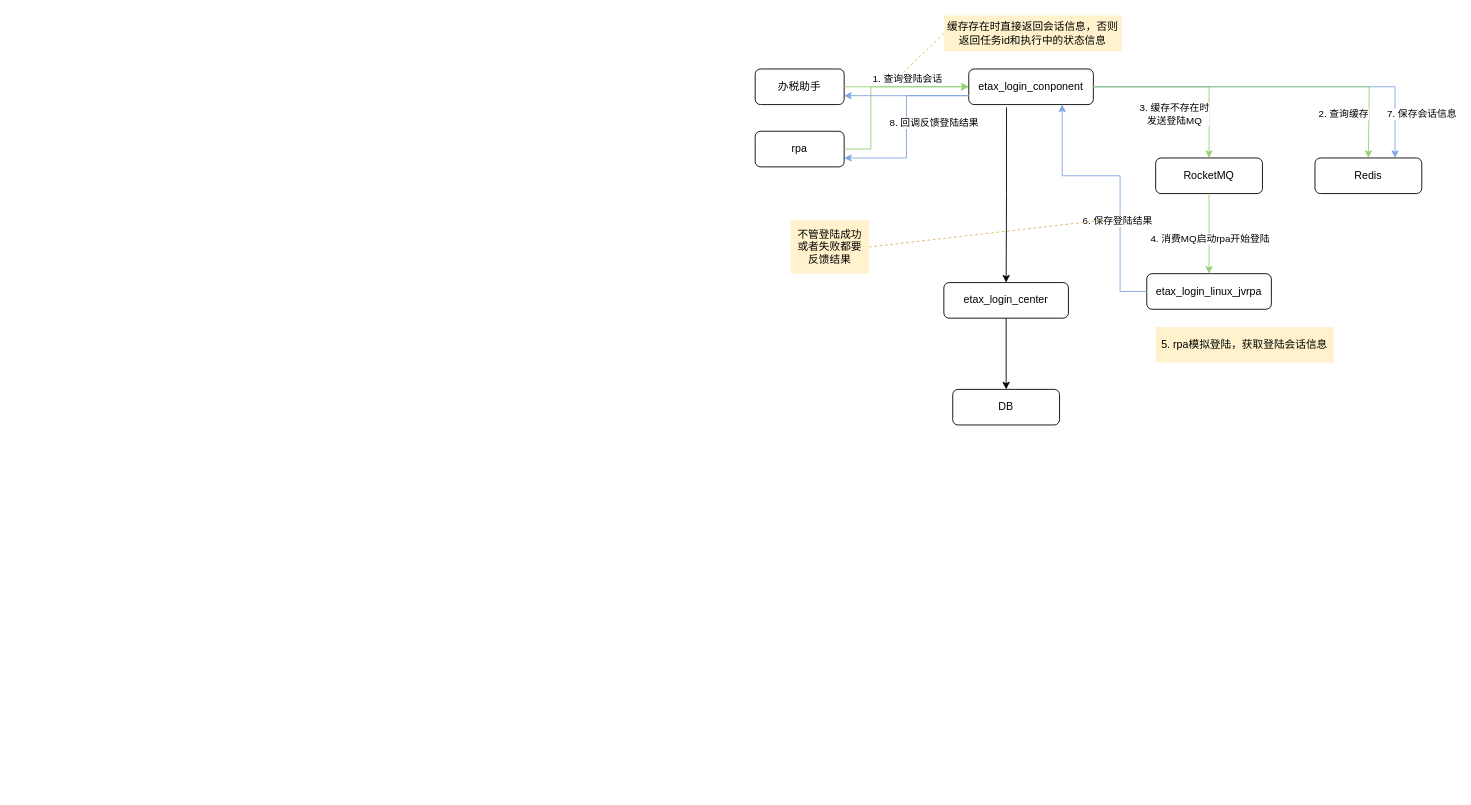
Before: 自研RPA登陆.drawio in xingzhihe/hello-world, a draw.io diagram. Source tidied: cells renumbered, new cells numbered last; positions are measured from the earlier drawing's top-left corner, leaving out a move shared by most shapes. Both pictures are drawn from the tidied source at 89%, with x=0, y=0 at pixel (755, 15).
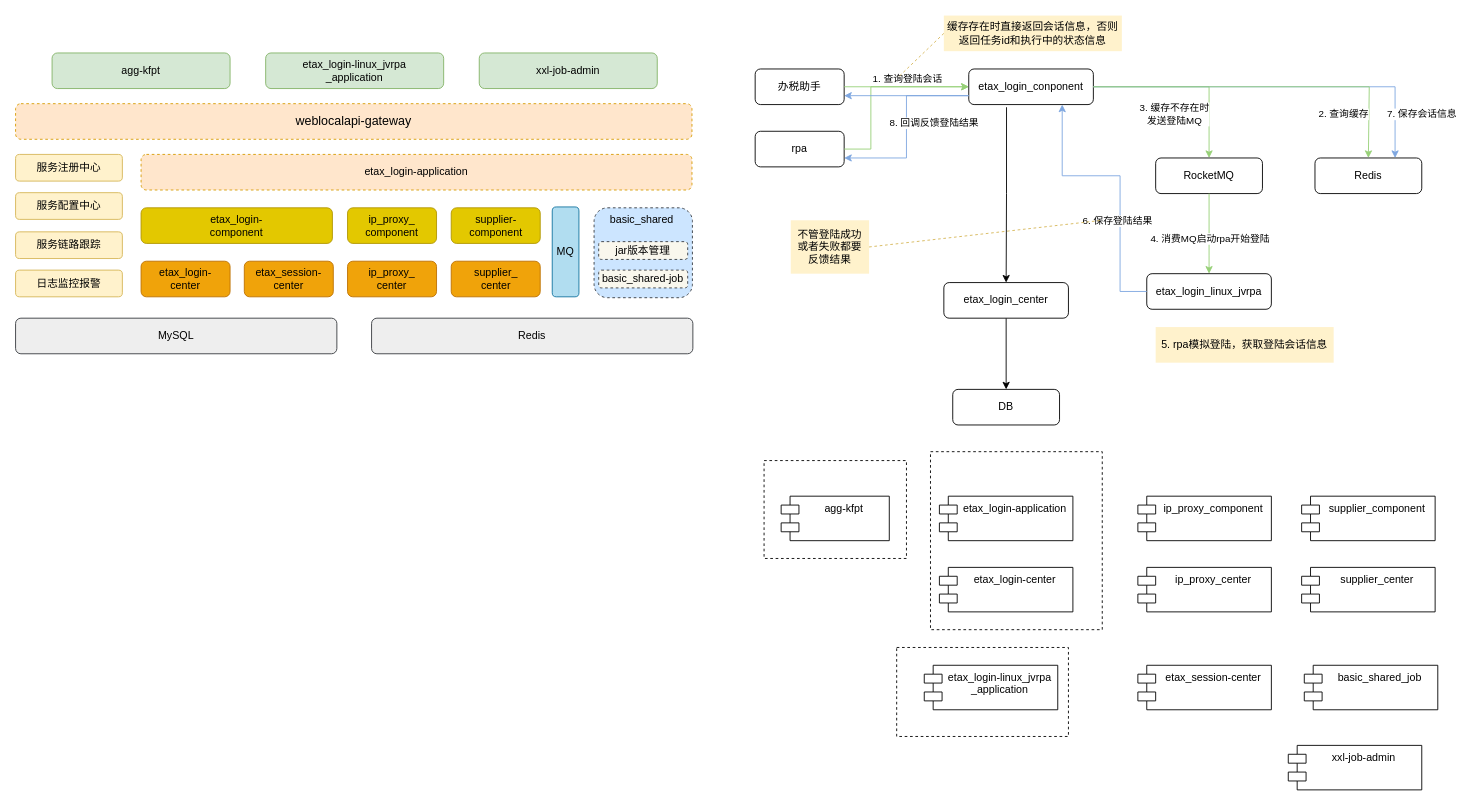
After the change.

Commit message:
更新自研RPA登陆.drawio

Diff of the diagram source:
```diff
@@
+    <mxCell id="33" value="basic_shared&amp;nbsp;" style="rounded=1;whiteSpace=wrap;html=1;verticalAlign=top;align=center;spacingLeft=0;fillColor=#cce5ff;strokeColor=#36393d;dashed=1;" parent="1" vertex="1">
+      <mxGeometry x="-181" y="216" width="110.5" height="101" as="geometry" />
+    </mxCell>
+    <mxCell id="34" style="rounded=0;whiteSpace=wrap;html=1;dashed=1;" parent="1" vertex="1">
+      <mxGeometry x="159" y="710" width="193" height="100" as="geometry" />
+    </mxCell>
+    <mxCell id="35" style="rounded=0;whiteSpace=wrap;html=1;dashed=1;" parent="1" vertex="1">
+      <mxGeometry x="197" y="490" width="193" height="200" as="geometry" />
+    </mxCell>
+    <mxCell id="36" style="rounded=0;whiteSpace=wrap;html=1;dashed=1;" parent="1" vertex="1">
+      <mxGeometry x="10" y="500" width="160" height="110" as="geometry" />
+    </mxCell>
@@
+    <mxCell id="37" value="agg-kfpt" style="shape=module;align=left;spacingLeft=20;align=center;verticalAlign=top;" parent="1" vertex="1">
+      <mxGeometry x="29.2" y="540" width="121.5" height="50" as="geometry" />
+    </mxCell>
+    <mxCell id="38" value="etax_login-application" style="shape=module;align=left;spacingLeft=20;align=center;verticalAlign=top;" parent="1" vertex="1">
+      <mxGeometry x="207" y="540" width="150" height="50" as="geometry" />
+    </mxCell>
+    <mxCell id="39" value="etax_login-center" style="shape=module;align=left;spacingLeft=20;align=center;verticalAlign=top;" parent="1" vertex="1">
+      <mxGeometry x="207" y="620" width="150" height="50" as="geometry" />
+    </mxCell>
+    <mxCell id="40" value="ip_proxy_component" style="shape=module;align=left;spacingLeft=20;align=center;verticalAlign=top;" parent="1" vertex="1">
+      <mxGeometry x="430" y="540" width="150" height="50" as="geometry" />
+    </mxCell>
+    <mxCell id="41" value="etax_login-linux_jvrpa&#10;_application" style="shape=module;align=left;spacingLeft=20;align=center;verticalAlign=top;" parent="1" vertex="1">
+      <mxGeometry x="190" y="730" width="150" height="50" as="geometry" />
+    </mxCell>
+    <mxCell id="42" value="ip_proxy_center" style="shape=module;align=left;spacingLeft=20;align=center;verticalAlign=top;" parent="1" vertex="1">
+      <mxGeometry x="430" y="620" width="150" height="50" as="geometry" />
+    </mxCell>
+    <mxCell id="43" value="supplier_center" style="shape=module;align=left;spacingLeft=20;align=center;verticalAlign=top;" parent="1" vertex="1">
+      <mxGeometry x="614" y="620" width="150" height="50" as="geometry" />
+    </mxCell>
+    <mxCell id="44" value="supplier_component" style="shape=module;align=left;spacingLeft=20;align=center;verticalAlign=top;" parent="1" vertex="1">
+      <mxGeometry x="614" y="540" width="150" height="50" as="geometry" />
+    </mxCell>
+    <mxCell id="45" value="etax_session-center" style="shape=module;align=left;spacingLeft=20;align=center;verticalAlign=top;" parent="1" vertex="1">
+      <mxGeometry x="430" y="730" width="150" height="50" as="geometry" />
+    </mxCell>
+    <mxCell id="46" value="basic_shared_job" style="shape=module;align=left;spacingLeft=20;align=center;verticalAlign=top;" parent="1" vertex="1">
+      <mxGeometry x="617" y="730" width="150" height="50" as="geometry" />
+    </mxCell>
+    <mxCell id="47" value="xxl-job-admin" style="shape=module;align=left;spacingLeft=20;align=center;verticalAlign=top;" parent="1" vertex="1">
+      <mxGeometry x="599" y="820" width="150" height="50" as="geometry" />
+    </mxCell>
+    <mxCell id="48" value="&lt;span style=&quot;&quot;&gt;etax_login-&lt;br&gt;component&lt;/span&gt;" style="rounded=1;whiteSpace=wrap;html=1;fillColor=#e3c800;fontColor=#000000;strokeColor=#B09500;" parent="1" vertex="1">
+      <mxGeometry x="-690" y="216" width="215" height="40" as="geometry" />
+    </mxCell>
+    <mxCell id="49" value="&lt;span style=&quot;&quot;&gt;etax_login-&lt;br&gt;center&lt;/span&gt;" style="rounded=1;whiteSpace=wrap;html=1;fillColor=#f0a30a;fontColor=#000000;strokeColor=#BD7000;" parent="1" vertex="1">
+      <mxGeometry x="-690" y="276" width="100" height="40" as="geometry" />
+    </mxCell>
+    <mxCell id="50" value="&lt;span style=&quot;&quot;&gt;etax_session-&lt;br&gt;center&lt;/span&gt;" style="rounded=1;whiteSpace=wrap;html=1;fillColor=#f0a30a;fontColor=#000000;strokeColor=#BD7000;" parent="1" vertex="1">
+      <mxGeometry x="-574" y="276" width="100" height="40" as="geometry" />
+    </mxCell>
+    <mxCell id="51" value="&lt;span style=&quot;&quot;&gt;ip_proxy_&lt;br&gt;component&lt;/span&gt;" style="rounded=1;whiteSpace=wrap;html=1;fillColor=#e3c800;fontColor=#000000;strokeColor=#B09500;" parent="1" vertex="1">
+      <mxGeometry x="-458" y="216" width="100" height="40" as="geometry" />
+    </mxCell>
+    <mxCell id="52" value="&lt;span style=&quot;&quot;&gt;ip_proxy_&lt;br&gt;center&lt;/span&gt;" style="rounded=1;whiteSpace=wrap;html=1;fillColor=#f0a30a;fontColor=#000000;strokeColor=#BD7000;" parent="1" vertex="1">
+      <mxGeometry x="-458" y="276" width="100" height="40" as="geometry" />
+    </mxCell>
+    <mxCell id="53" value="supplier-component" style="rounded=1;whiteSpace=wrap;html=1;fillColor=#e3c800;fontColor=#000000;strokeColor=#B09500;" parent="1" vertex="1">
+      <mxGeometry x="-341.5" y="216" width="100" height="40" as="geometry" />
+    </mxCell>
+    <mxCell id="54" value="&lt;span style=&quot;&quot;&gt;supplier_&lt;br&gt;center&lt;/span&gt;" style="rounded=1;whiteSpace=wrap;html=1;fillColor=#f0a30a;fontColor=#000000;strokeColor=#BD7000;" parent="1" vertex="1">
+      <mxGeometry x="-341.5" y="276" width="100" height="40" as="geometry" />
+    </mxCell>
+    <mxCell id="55" value="&lt;span style=&quot;&quot;&gt;etax_login-linux_jvrpa&lt;/span&gt;&lt;br style=&quot;padding: 0px; margin: 0px;&quot;&gt;&lt;span style=&quot;&quot;&gt;_application&lt;/span&gt;" style="rounded=1;whiteSpace=wrap;html=1;fillColor=#d5e8d4;strokeColor=#82b366;" parent="1" vertex="1">
+      <mxGeometry x="-550" y="42" width="200" height="40" as="geometry" />
+    </mxCell>
+    <mxCell id="56" value="&lt;span style=&quot;&quot;&gt;xxl-job-admin&lt;/span&gt;" style="rounded=1;whiteSpace=wrap;html=1;fillColor=#d5e8d4;strokeColor=#82b366;" parent="1" vertex="1">
+      <mxGeometry x="-310" y="42" width="200" height="40" as="geometry" />
+    </mxCell>
+    <mxCell id="57" value="&lt;span style=&quot;&quot;&gt;etax_login-application&lt;/span&gt;" style="rounded=1;whiteSpace=wrap;html=1;fillColor=#ffe6cc;strokeColor=#d79b00;dashed=1;" parent="1" vertex="1">
+      <mxGeometry x="-690" y="156" width="619" height="40" as="geometry" />
+    </mxCell>
+    <mxCell id="58" value="&lt;font style=&quot;font-size: 14px;&quot;&gt;weblocalapi-gateway&lt;/font&gt;" style="rounded=1;whiteSpace=wrap;html=1;dashed=1;fillColor=#ffe6cc;strokeColor=#d79b00;" parent="1" vertex="1">
+      <mxGeometry x="-831" y="99" width="760" height="40" as="geometry" />
+    </mxCell>
+    <mxCell id="59" value="MQ" style="rounded=1;whiteSpace=wrap;html=1;fillColor=#b1ddf0;strokeColor=#10739e;" parent="1" vertex="1">
+      <mxGeometry x="-228" y="215" width="30" height="101" as="geometry" />
+    </mxCell>
+    <mxCell id="60" value="jar版本管理" style="rounded=1;whiteSpace=wrap;html=1;fillColor=#f9f7ed;strokeColor=#36393d;dashed=1;" parent="1" vertex="1">
+      <mxGeometry x="-175.8" y="254" width="100" height="20" as="geometry" />
+    </mxCell>
+    <mxCell id="61" value="basic_shared-job" style="rounded=1;whiteSpace=wrap;html=1;fillColor=#f9f7ed;strokeColor=#36393d;dashed=1;" parent="1" vertex="1">
+      <mxGeometry x="-175.8" y="286" width="100" height="20" as="geometry" />
+    </mxCell>
+    <mxCell id="62" value="服务注册中心" style="rounded=1;whiteSpace=wrap;html=1;fillColor=#fff2cc;strokeColor=#d6b656;" parent="1" vertex="1">
+      <mxGeometry x="-831" y="156" width="120" height="30" as="geometry" />
+    </mxCell>
+    <mxCell id="63" value="服务配置中心" style="rounded=1;whiteSpace=wrap;html=1;fillColor=#fff2cc;strokeColor=#d6b656;" parent="1" vertex="1">
+      <mxGeometry x="-831" y="199" width="120" height="30" as="geometry" />
+    </mxCell>
+    <mxCell id="64" value="服务链路跟踪" style="rounded=1;whiteSpace=wrap;html=1;fillColor=#fff2cc;strokeColor=#d6b656;" parent="1" vertex="1">
+      <mxGeometry x="-831" y="243" width="120" height="30" as="geometry" />
+    </mxCell>
+    <mxCell id="65" value="日志监控报警" style="rounded=1;whiteSpace=wrap;html=1;fillColor=#fff2cc;strokeColor=#d6b656;" parent="1" vertex="1">
+      <mxGeometry x="-831" y="286" width="120" height="30" as="geometry" />
+    </mxCell>
+    <mxCell id="66" value="MySQL" style="rounded=1;whiteSpace=wrap;html=1;fillColor=#eeeeee;strokeColor=#36393d;" parent="1" vertex="1">
+      <mxGeometry x="-831" y="340" width="361" height="40" as="geometry" />
+    </mxCell>
+    <mxCell id="67" value="Redis" style="rounded=1;whiteSpace=wrap;html=1;fillColor=#eeeeee;strokeColor=#36393d;" parent="1" vertex="1">
+      <mxGeometry x="-431" y="340" width="361" height="40" as="geometry" />
+    </mxCell>
+    <mxCell id="68" value="&lt;span style=&quot;&quot;&gt;agg-kfpt&lt;/span&gt;" style="rounded=1;whiteSpace=wrap;html=1;fillColor=#d5e8d4;strokeColor=#82b366;" parent="1" vertex="1">
+      <mxGeometry x="-790" y="42" width="200" height="40" as="geometry" />
+    </mxCell>
```
